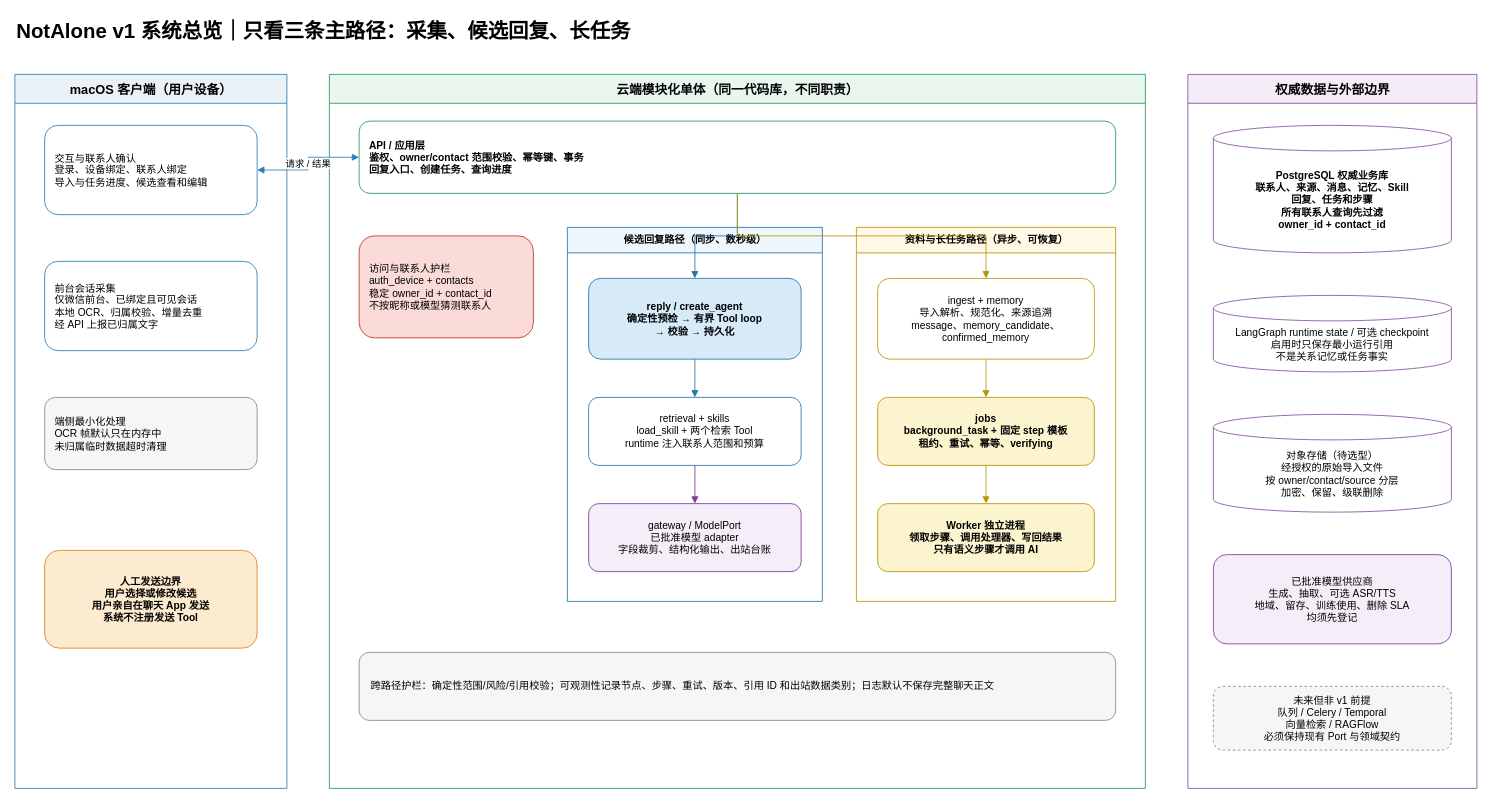
The draw.io diagram page "01-系统总览" (1 of 5) of architecture/notalone-system-architecture.drawio in Aqua-ava/NotAlone, before the edit. Source tidied: cells renumbered, new cells numbered last; positions are measured from the earlier drawing's top-left corner, leaving out a move shared by most shapes. Both pictures are drawn from the tidied source at 85%, with x=0, y=0 at pixel (14, 14).
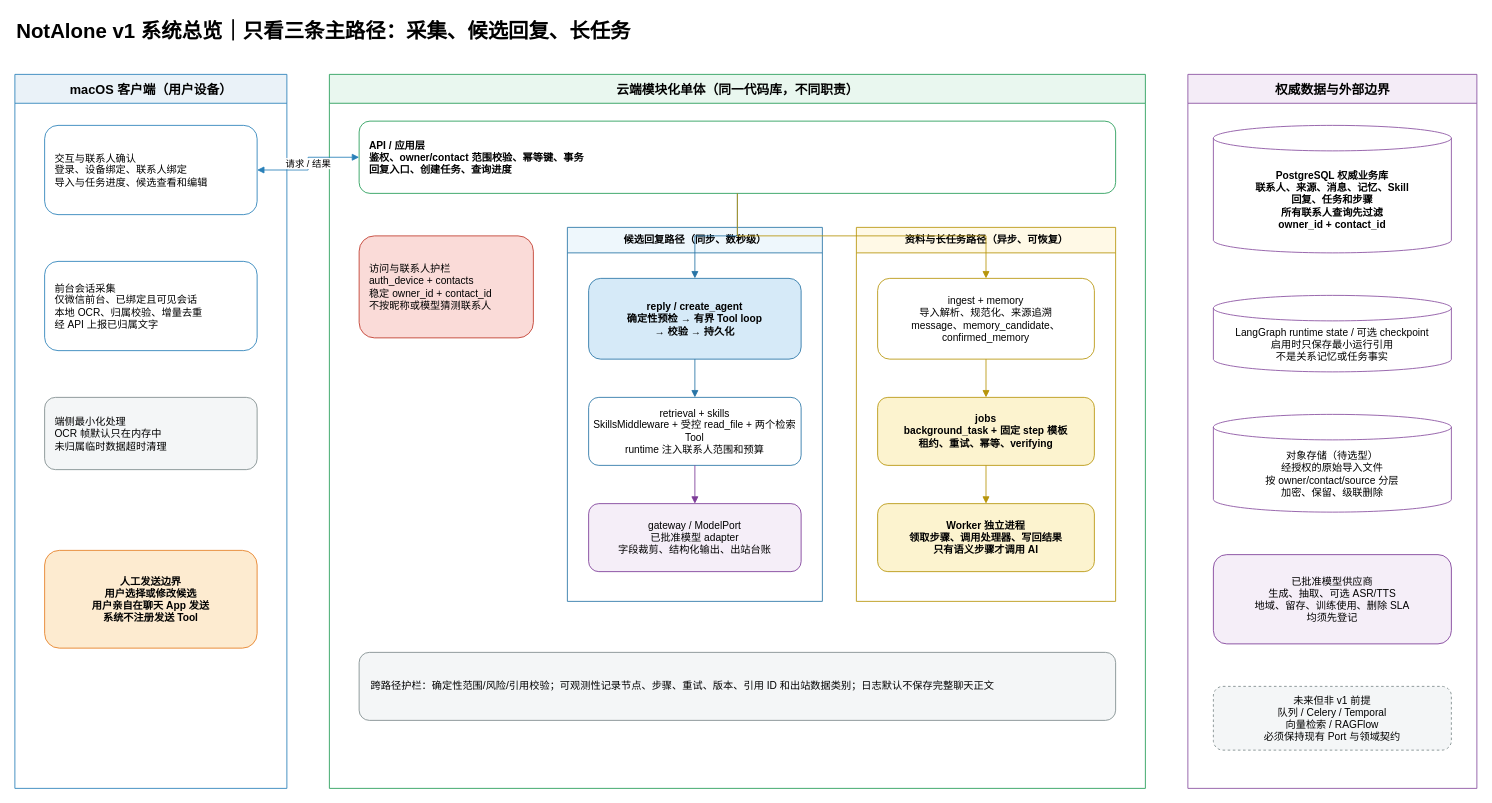
After the change.

Commit message (it also covers changes not shown here):
采用 Deep Agents Skill 加载组件

What changed in the source:
```diff
@@
-    <mxCell id="13" value="retrieval + skills&#10;load_skill + 两个检索 Tool&#10;runtime 注入联系人范围和预算" style="rounded=1;whiteSpace=wrap;html=1;fillColor=#ffffff;strokeColor=#2874a6;" parent="1" vertex="1">
+    <mxCell id="13" value="retrieval + skills&#10;SkillsMiddleware + 受控 read_file + 两个检索 Tool&#10;runtime 注入联系人范围和预算" style="rounded=1;whiteSpace=wrap;html=1;fillColor=#ffffff;strokeColor=#2874a6;" parent="1" vertex="1">
       <mxGeometry x="675" y="450" width="250" height="80" as="geometry" />
     </mxCell>
```
